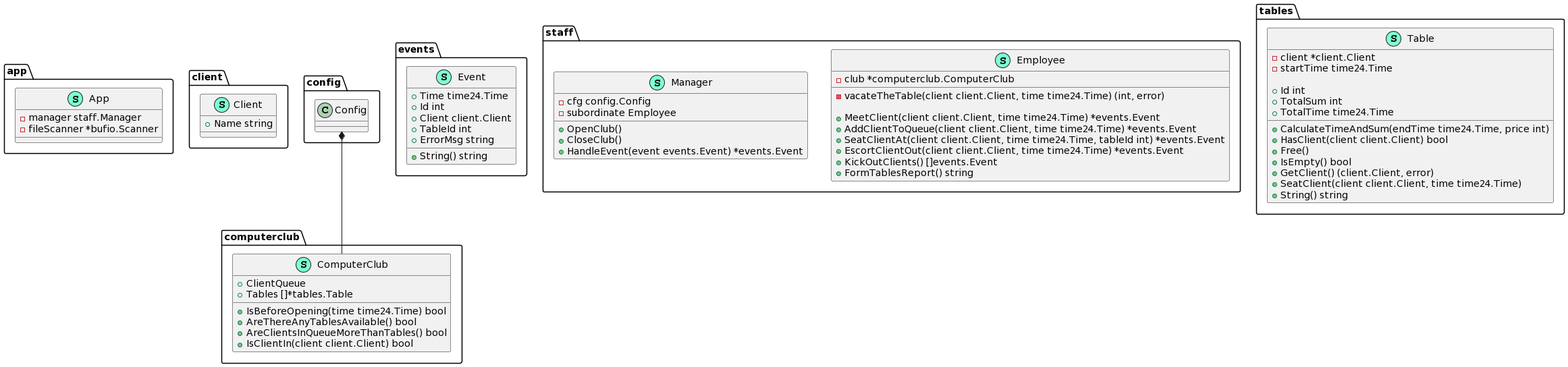
demig00d/computer-club keeps this PlantUML diagram as structure.png. Above is the earlier version.
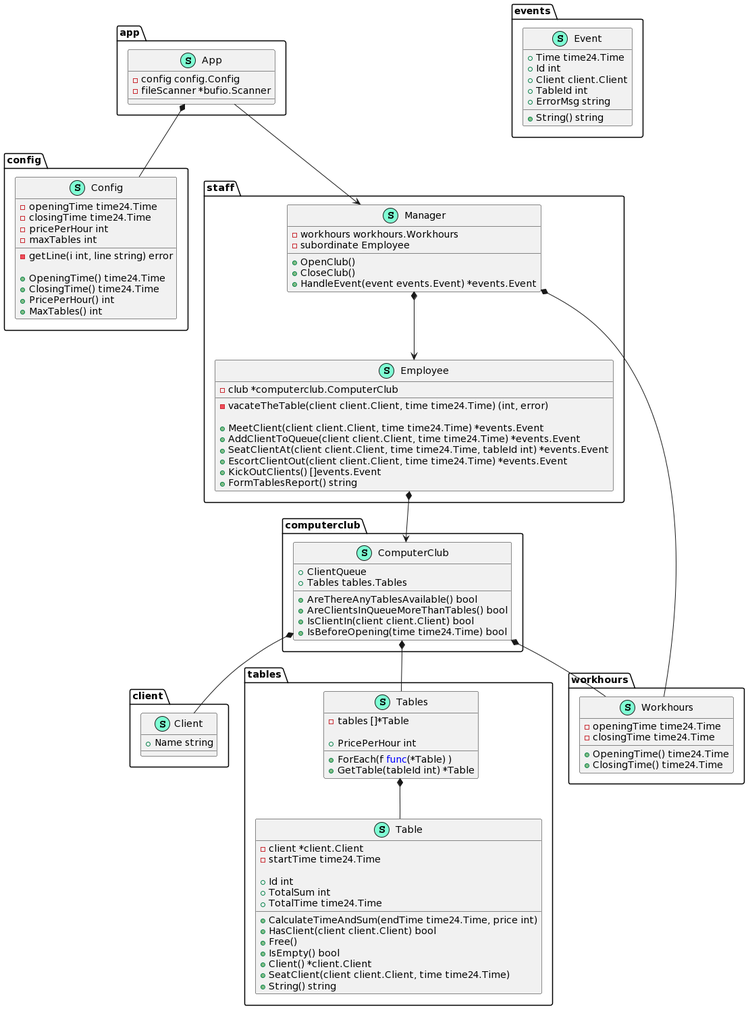
The same file after the commit.

Commit message:
Fix class diagram

The edit, as a diff of the source:
```diff
@@ -1,7 +1,7 @@
 @startuml
 namespace app {
     class App << (S,Aquamarine) >> {
-        - manager staff.Manager
+        - config config.Config
         - fileScanner *bufio.Scanner
 
     }
@@ -19,16 +19,41 @@
 namespace computerclub {
     class ComputerClub << (S,Aquamarine) >> {
         + ClientQueue
-        + Tables []*tables.Table
+        + Tables tables.Tables
 
-        + IsBeforeOpening(time time24.Time) bool
         + AreThereAnyTablesAvailable() bool
         + AreClientsInQueueMoreThanTables() bool
         + IsClientIn(client client.Client) bool
+        + IsBeforeOpening(time time24.Time) bool
 
     }
 }
-"config.Config" *-- "computerclub.ComputerClub"
+"app.App" *-- "config.Config"
+"app.App" --> "staff.Manager"
+"tables.Tables" *-- "tables.Table"
+"computerclub.ComputerClub" *-- "client.Client"
+"computerclub.ComputerClub" *-- "tables.Tables"
+"computerclub.ComputerClub" *-- "workhours.Workhours"
+"staff.Manager" *--> "staff.Employee"
+"staff.Employee" *--> "computerclub.ComputerClub"
+"staff.Manager" *-- "workhours.Workhours"
+
+namespace config {
+    class Config << (S,Aquamarine) >> {
+        - openingTime time24.Time
+        - closingTime time24.Time
+        - pricePerHour int
+        - maxTables int
+
+        - getLine(i int, line string) error
+
+        + OpeningTime() time24.Time
+        + ClosingTime() time24.Time
+        + PricePerHour() int
+        + MaxTables() int
+
+    }
+}
 
 
 namespace events {
@@ -60,7 +85,7 @@
 
     }
     class Manager << (S,Aquamarine) >> {
-        - cfg config.Config
+        - workhours workhours.Workhours
         - subordinate Employee
 
         + OpenClub()
@@ -84,10 +109,31 @@
         + HasClient(client client.Client) bool
         + Free()
         + IsEmpty() bool
-        + GetClient() (client.Client, error)
+        + Client() *client.Client
         + SeatClient(client client.Client, time time24.Time)
         + String() string
 
     }
+    class Tables << (S,Aquamarine) >> {
+        - tables []*Table
+
+        + PricePerHour int
+
+        + ForEach(f <font color=blue>func</font>(*Table) )
+        + GetTable(tableId int) *Table
+
+    }
+}
+
+
+namespace workhours {
+    class Workhours << (S,Aquamarine) >> {
+        - openingTime time24.Time
+        - closingTime time24.Time
+
+        + OpeningTime() time24.Time
+        + ClosingTime() time24.Time
+
+    }
 }
 @enduml
```
